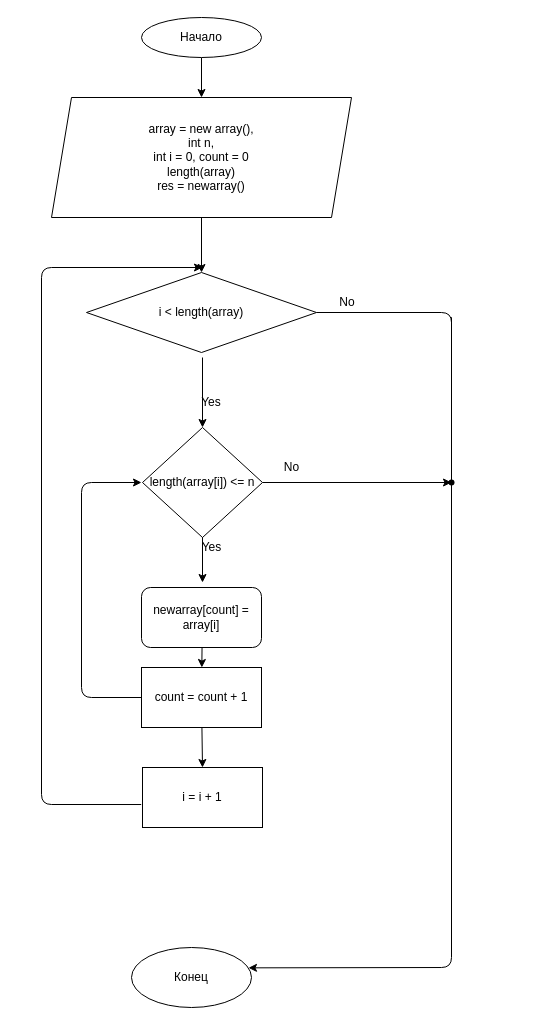
Earlier version of the draw.io diagram shema.drawio (HelenPavlyuchkova/VerificationWork). Source tidied: cells renumbered, new cells numbered last; positions are measured from the earlier drawing's top-left corner, leaving out a move shared by most shapes. Both pictures are drawn from the tidied source at 100%, with x=0, y=0 at pixel (41, 17).
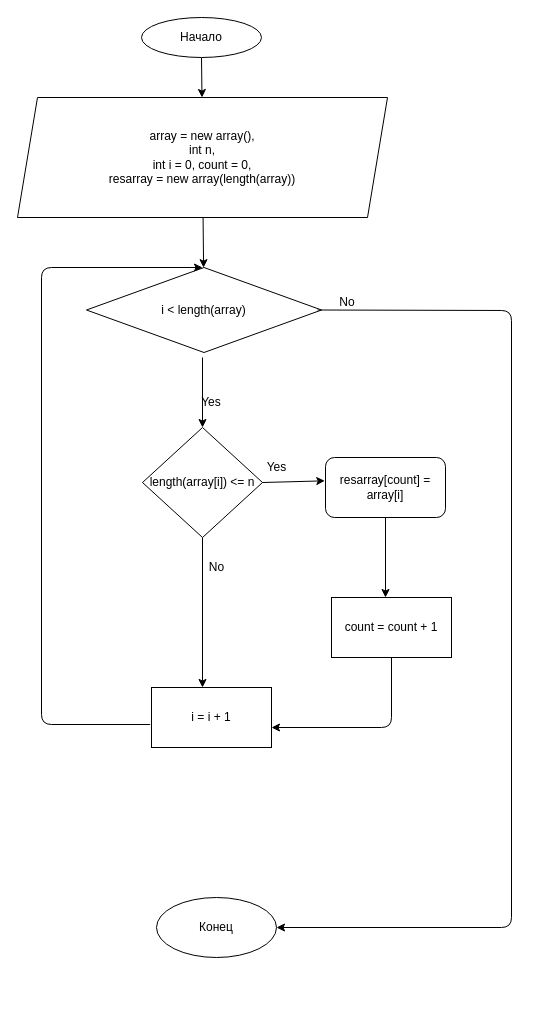
After the change.

Commit message:
Добавили блок-схему алгоритма shema.drawio

Unchanged cells that the change refers to:
```xml
<mxCell id="14" value="No" style="text;html=1;strokeColor=none;fillColor=none;align=center;verticalAlign=middle;whiteSpace=wrap;rounded=0;" parent="1" vertex="1">
  <mxGeometry x="276" y="270" width="60" height="30" as="geometry" />
</mxCell>
<mxCell id="16" value="length(array[i]) &amp;lt;= n" style="rhombus;whiteSpace=wrap;html=1;" parent="1" vertex="1">
  <mxGeometry x="101" y="410" width="120" height="110" as="geometry" />
</mxCell>
```

Change to the diagram source:
```diff
@@
-    <mxCell id="5" value="array = new array(),&lt;br&gt;int n, &lt;br&gt;int i = 0, count = 0&lt;br&gt;length(array)&lt;br&gt;res = newarray()" style="shape=parallelogram;perimeter=parallelogramPerimeter;whiteSpace=wrap;html=1;fixedSize=1;" parent="1" vertex="1">
-      <mxGeometry x="10" y="80" width="300" height="120" as="geometry" />
+    <mxCell id="5" value="array = new array(),&lt;br&gt;int n, &lt;br&gt;int i = 0, count = 0,&lt;br&gt;resarray = new array(length(array))" style="shape=parallelogram;perimeter=parallelogramPerimeter;whiteSpace=wrap;html=1;fixedSize=1;" parent="1" vertex="1">
+      <mxGeometry x="-24" y="80" width="370" height="120" as="geometry" />
     </mxCell>
-    <mxCell id="6" style="edgeStyle=none;html=1;exitDx=0;exitDy=0;startArrow=none;entryX=0.975;entryY=0.339;entryDx=0;entryDy=0;entryPerimeter=0;" parent="1" edge="1" source="21" target="11">
-      <mxGeometry relative="1" as="geometry">
-        <Array as="points">
-          <mxPoint x="410" y="295" />
-          <mxPoint x="410" y="950" />
-        </Array>
-      </mxGeometry>
-    </mxCell>
     <mxCell id="7" value="i &amp;lt; length(array)" style="rhombus;whiteSpace=wrap;html=1;" parent="1" vertex="1">
-      <mxGeometry x="45" y="255" width="230" height="80" as="geometry" />
+      <mxGeometry x="45" y="250" width="235" height="85" as="geometry" />
     </mxCell>
-    <mxCell id="8" style="edgeStyle=none;html=1;" parent="1" edge="1">
+    <mxCell id="8" style="edgeStyle=none;html=1;exitX=0.5;exitY=1;exitDx=0;exitDy=0;" parent="1" edge="1" source="16">
       <mxGeometry relative="1" as="geometry">
-        <mxPoint x="161" y="485" as="sourcePoint" />
-        <mxPoint x="161" y="565" as="targetPoint" />
+        <mxPoint x="161" y="670" as="targetPoint" />
       </mxGeometry>
     </mxCell>
-    <mxCell id="9" style="edgeStyle=none;html=1;" parent="1" edge="1" target="20">
-      <mxGeometry relative="1" as="geometry">
-        <mxPoint x="160.6" y="625" as="sourcePoint" />
-      </mxGeometry>
-    </mxCell>
     <mxCell id="10" style="endArrow=classic;html=1;exitX=-0.011;exitY=0.617;exitDx=0;exitDy=0;exitPerimeter=0;" parent="1" edge="1" source="24">
       <mxGeometry relative="1" as="geometry">
         <mxPoint x="161" y="250" as="targetPoint" />
         <Array as="points">
-          <mxPoint y="787" />
+          <mxPoint y="707" />
           <mxPoint y="250" />
         </Array>
       </mxGeometry>
     </mxCell>
     <mxCell id="11" value="Конец" style="ellipse;whiteSpace=wrap;html=1;" parent="1" vertex="1">
-      <mxGeometry x="90" y="930" width="120" height="60" as="geometry" />
+      <mxGeometry x="115" y="880" width="120" height="60" as="geometry" />
     </mxCell>
@@
+    <mxCell id="26" style="edgeStyle=none;html=1;exitX=0;exitY=0.75;exitDx=0;exitDy=0;entryX=1;entryY=0.5;entryDx=0;entryDy=0;" parent="1" edge="1" source="14" target="11">
+      <mxGeometry relative="1" as="geometry">
+        <Array as="points">
+          <mxPoint x="470" y="293" />
+          <mxPoint x="470" y="910" />
+        </Array>
+      </mxGeometry>
+    </mxCell>
@@
-    <mxCell id="15" style="edgeStyle=none;html=1;" parent="1" edge="1" source="16" target="21">
-      <mxGeometry relative="1" as="geometry" />
-    </mxCell>
@@
     <mxCell id="17" value="Yes" style="text;html=1;align=center;verticalAlign=middle;strokeColor=none;fillColor=none;" parent="1" vertex="1">
-      <mxGeometry x="155" y="520" width="30" height="20" as="geometry" />
+      <mxGeometry x="220" y="440" width="30" height="20" as="geometry" />
     </mxCell>
-    <mxCell id="18" style="edgeStyle=none;html=1;entryX=0.5;entryY=0;entryDx=0;entryDy=0;" parent="1" edge="1" source="20" target="24">
-      <mxGeometry relative="1" as="geometry" />
+    <mxCell id="18" style="edgeStyle=none;html=1;exitX=0.5;exitY=1;exitDx=0;exitDy=0;" parent="1" edge="1" source="20">
+      <mxGeometry relative="1" as="geometry">
+        <mxPoint x="230" y="710" as="targetPoint" />
+        <Array as="points">
+          <mxPoint x="350" y="710" />
+        </Array>
+      </mxGeometry>
     </mxCell>
-    <mxCell id="19" style="edgeStyle=none;html=1;" parent="1" edge="1" source="20">
-      <mxGeometry relative="1" as="geometry">
-        <mxPoint x="100" y="465" as="targetPoint" />
-        <Array as="points">
-          <mxPoint x="40" y="680" />
-          <mxPoint x="40" y="465" />
-        </Array>
-      </mxGeometry>
-    </mxCell>
     <mxCell id="20" value="count = count + 1" style="whiteSpace=wrap;html=1;" parent="1" vertex="1">
-      <mxGeometry x="100" y="650" width="120" height="60" as="geometry" />
+      <mxGeometry x="290" y="580" width="120" height="60" as="geometry" />
     </mxCell>
-    <mxCell id="21" style="shape=waypoint;sketch=0;size=6;points=[];fillColor=default;perimeter=centerPerimeter;snapToPoint=1;" parent="1" vertex="1">
-      <mxGeometry x="390" y="445" width="40" height="40" as="geometry" />
-    </mxCell>
-    <mxCell id="22" style="edgeStyle=none;html=1;exitX=1;exitY=0.5;exitDx=0;exitDy=0;endArrow=none;" parent="1" edge="1" source="7" target="21">
-      <mxGeometry relative="1" as="geometry">
-        <Array as="points">
-          <mxPoint x="410" y="295" />
-        </Array>
-      </mxGeometry>
-    </mxCell>
+    <mxCell id="27" style="edgeStyle=none;html=1;exitX=1;exitY=0.5;exitDx=0;exitDy=0;entryX=-0.006;entryY=0.389;entryDx=0;entryDy=0;entryPerimeter=0;" parent="1" edge="1" source="16" target="25">
+      <mxGeometry relative="1" as="geometry" />
+    </mxCell>
     <mxCell id="23" value="No" style="text;html=1;align=center;verticalAlign=middle;strokeColor=none;fillColor=none;" parent="1" vertex="1">
-      <mxGeometry x="235" y="440" width="30" height="20" as="geometry" />
+      <mxGeometry x="160" y="540" width="30" height="20" as="geometry" />
     </mxCell>
     <mxCell id="24" value="i = i + 1" style="whiteSpace=wrap;html=1;" parent="1" vertex="1">
-      <mxGeometry x="101" y="750" width="120" height="60" as="geometry" />
+      <mxGeometry x="110" y="670" width="120" height="60" as="geometry" />
     </mxCell>
-    <mxCell id="25" value="newarray[count] = array[i]" style="rounded=1;whiteSpace=wrap;html=1;" parent="1" vertex="1">
-      <mxGeometry x="100" y="570" width="120" height="60" as="geometry" />
+    <mxCell id="25" value="resarray[count] = array[i]" style="rounded=1;whiteSpace=wrap;html=1;" parent="1" vertex="1">
+      <mxGeometry x="284" y="440" width="120" height="60" as="geometry" />
     </mxCell>
+    <mxCell id="28" style="endArrow=classic;html=1;" parent="1" edge="1">
+      <mxGeometry relative="1" as="geometry">
+        <mxPoint x="344" y="500" as="sourcePoint" />
+        <mxPoint x="344" y="580" as="targetPoint" />
+      </mxGeometry>
+    </mxCell>
```
